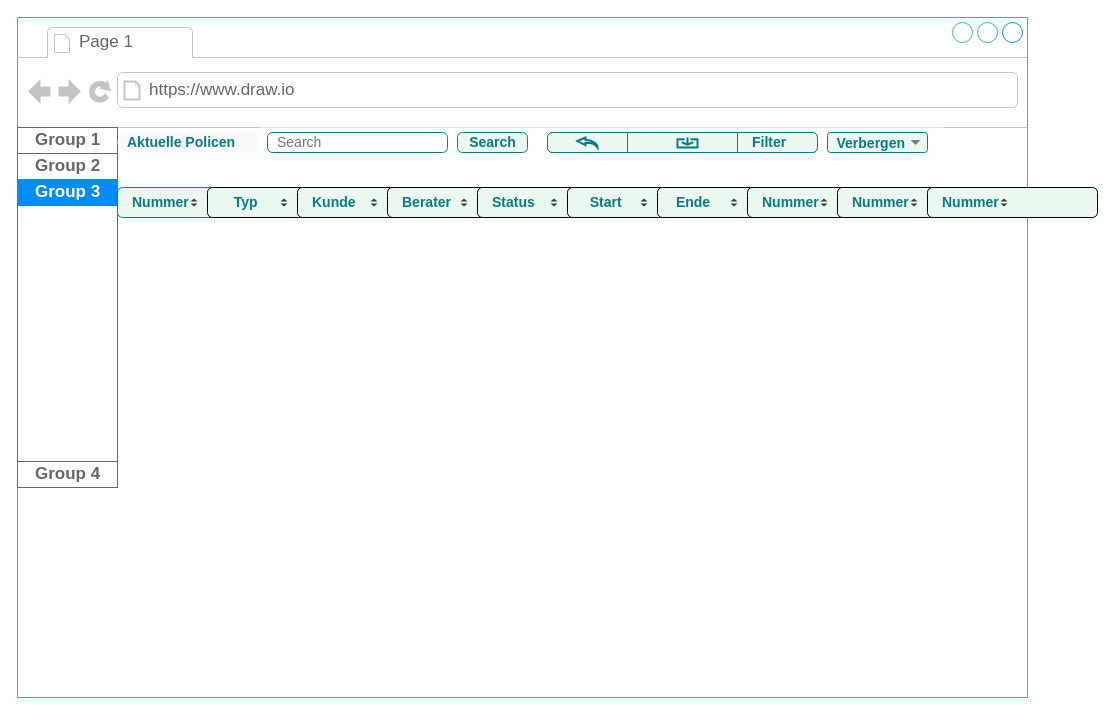
The draw.io diagram Untitled Diagram.drawio in Alina38400/BalticStrap, before the edit. Source tidied: cells renumbered, new cells numbered last; positions are measured from the earlier drawing's top-left corner, leaving out a move shared by most shapes. Both pictures are drawn from the tidied source at 100%, with x=0, y=0 at pixel (17, 17).
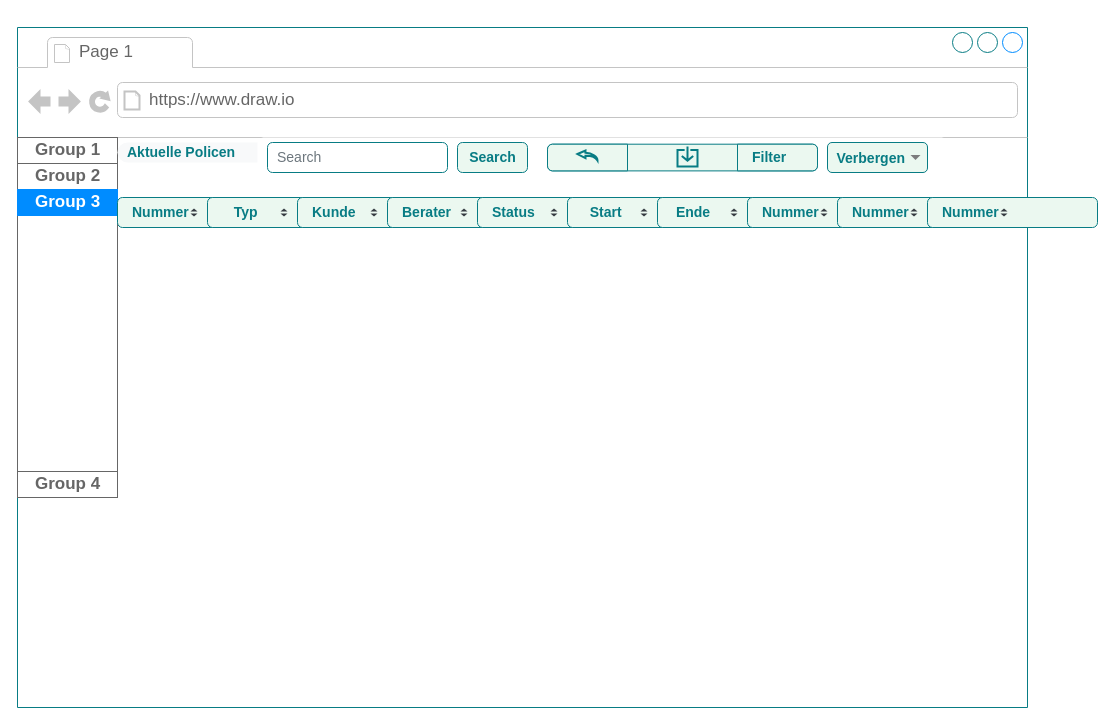
The same page after the edit.

Change to the diagram source:
```diff
@@
-    <mxCell id="2" style="strokeWidth=1;shadow=0;dashed=0;align=center;html=1;shape=mxgraph.mockup.containers.browserWindow;rSize=0;strokeColor2=#008cff;strokeColor3=#c4c4c4;mainText=,;strokeColor=#3DB1A6;" parent="1" vertex="1">
-      <mxGeometry width="1010" height="680" as="geometry" />
+    <mxCell id="2" style="strokeWidth=1;shadow=0;dashed=0;align=center;html=1;shape=mxgraph.mockup.containers.browserWindow;rSize=0;strokeColor2=#008cff;strokeColor3=#c4c4c4;mainText=,;strokeColor=#087C84;" parent="1" vertex="1">
+      <mxGeometry y="10" width="1010" height="680" as="geometry" />
     </mxCell>
@@
     <mxCell id="14" style="html=1;shadow=0;dashed=0;strokeColor=none;fontSize=16;fontColor=#181819;align=left;spacing=15;rounded=1;fillColor=#FFFFFF;" parent="2" vertex="1">
-      <mxGeometry x="240" y="110" width="690" height="30" as="geometry" />
+      <mxGeometry x="240" y="110" width="690" height="40" as="geometry" />
     </mxCell>
     <mxCell id="15" value="&lt;b&gt;&lt;span style=&quot;background-color: rgb(235 , 248 , 240)&quot;&gt;&lt;font color=&quot;#087C84&quot;&gt;Search&lt;/font&gt;&lt;/span&gt;&lt;/b&gt;" style="html=1;shadow=0;dashed=0;shape=mxgraph.bootstrap.rrect;rSize=5;fontSize=14;fontColor=#33A64C;strokeColor=#087C84;fillColor=#EBF8F0;" parent="14" vertex="1">
-      <mxGeometry x="1" width="70" height="20" relative="1" as="geometry">
+      <mxGeometry x="1" width="70" height="30" relative="1" as="geometry">
         <mxPoint x="-490" y="5" as="offset" />
       </mxGeometry>
     </mxCell>
     <mxCell id="16" style="html=1;shadow=0;dashed=0;shape=mxgraph.bootstrap.rrect;rSize=5;html=1;whiteSpace=wrap;fontColor=#7D868C;align=left;spacing=15;spacingLeft=80;fontSize=14;rounded=1;strokeColor=#087C84;fillColor=#EBF8F0;" parent="14" vertex="1">
-      <mxGeometry x="290" y="5" width="270" height="20" as="geometry" />
+      <mxGeometry x="290" y="6.7" width="270" height="26.7" as="geometry" />
     </mxCell>
     <mxCell id="17" style="html=1;shadow=0;dashed=0;shape=mxgraph.bootstrap.leftButton;gradientColor=inherit;fontColor=inherit;rSize=5;perimeter=none;whiteSpace=wrap;fontSize=14;align=left;spacing=15;fillColor=#EBF8F0;strokeColor=#087C84;" parent="16" vertex="1">
-      <mxGeometry width="80" height="20" relative="1" as="geometry" />
+      <mxGeometry width="80" height="26.67" relative="1" as="geometry" />
     </mxCell>
     <mxCell id="18" value="&lt;font color=&quot;#087C84&quot;&gt;&lt;b&gt;Filter&lt;/b&gt;&lt;/font&gt;" style="html=1;shadow=0;dashed=0;shape=mxgraph.bootstrap.rightButton;gradientColor=inherit;fontColor=inherit;rSize=5;perimeter=none;whiteSpace=wrap;fontSize=14;align=left;spacing=15;fillColor=#EBF8F0;strokeColor=#087C84;" parent="16" vertex="1">
-      <mxGeometry x="1" width="80" height="20" relative="1" as="geometry">
+      <mxGeometry x="1" width="80" height="26.67" relative="1" as="geometry">
         <mxPoint x="-80" as="offset" />
       </mxGeometry>
     </mxCell>
     <mxCell id="19" value="Search" style="html=1;shadow=0;dashed=0;shape=mxgraph.bootstrap.rrect;rSize=5;fontSize=14;fontColor=#6C767D;fillColor=#ffffff;align=left;spacing=10;strokeColor=#087C84;" parent="14" vertex="1">
-      <mxGeometry x="1" width="180" height="20" relative="1" as="geometry">
+      <mxGeometry x="1" width="180" height="30" relative="1" as="geometry">
         <mxPoint x="-680" y="5" as="offset" />
       </mxGeometry>
     </mxCell>
     <mxCell id="20" value="Verbergen" style="fontSize=14;align=right;spacingRight=20;strokeColor=#087C84;fontStyle=1;rounded=1;fillColor=#EBF8F0;fontColor=#087C84;" parent="2" vertex="1">
-      <mxGeometry width="100" height="20" relative="1" as="geometry">
+      <mxGeometry width="100" height="30" relative="1" as="geometry">
         <mxPoint x="810" y="115" as="offset" />
       </mxGeometry>
     </mxCell>
@@
     <mxCell id="22" style="html=1;verticalLabelPosition=bottom;align=center;labelBackgroundColor=#ffffff;verticalAlign=top;strokeWidth=2;shadow=0;dashed=0;shape=mxgraph.ios7.icons.back;rounded=1;fontSize=16;fontColor=#181819;fillColor=#EBF8F0;strokeColor=#087C84;" parent="2" vertex="1">
-      <mxGeometry x="560" y="120" width="20" height="10" as="geometry" />
+      <mxGeometry x="560" y="123" width="20" height="10" as="geometry" />
     </mxCell>
-    <mxCell id="23" value="&lt;font color=&quot;#087C84&quot;&gt;&lt;b&gt;&amp;nbsp;&amp;nbsp; Typ&lt;/b&gt;&lt;/font&gt;" style="html=1;shadow=0;dashed=0;shape=mxgraph.bootstrap.rrect;rSize=5;html=1;whiteSpace=wrap;fontColor=#7D868C;align=left;spacing=15;fontSize=14;fillColor=#EBF8F0;" parent="2" vertex="1">
+    <mxCell id="23" value="&lt;font color=&quot;#087C84&quot;&gt;&lt;b&gt;&amp;nbsp;&amp;nbsp; Typ&lt;/b&gt;&lt;/font&gt;" style="html=1;shadow=0;dashed=0;shape=mxgraph.bootstrap.rrect;rSize=5;html=1;whiteSpace=wrap;fontColor=#7D868C;align=left;spacing=15;fontSize=14;fillColor=#EBF8F0;strokeColor=#087C84;" parent="2" vertex="1">
       <mxGeometry x="190" y="170" width="170" height="30" as="geometry" />
     </mxCell>
@@
-    <mxCell id="26" value="&lt;font color=&quot;#087C84&quot;&gt;&lt;b&gt;Kunde&lt;/b&gt;&lt;/font&gt;" style="html=1;shadow=0;dashed=0;shape=mxgraph.bootstrap.rrect;rSize=5;html=1;whiteSpace=wrap;fontColor=#7D868C;align=left;spacing=15;fontSize=14;fillColor=#EBF8F0;" parent="2" vertex="1">
+    <mxCell id="26" value="&lt;font color=&quot;#087C84&quot;&gt;&lt;b&gt;Kunde&lt;/b&gt;&lt;/font&gt;" style="html=1;shadow=0;dashed=0;shape=mxgraph.bootstrap.rrect;rSize=5;html=1;whiteSpace=wrap;fontColor=#7D868C;align=left;spacing=15;fontSize=14;fillColor=#EBF8F0;strokeColor=#087C84;" parent="2" vertex="1">
       <mxGeometry x="280" y="170" width="170" height="30" as="geometry" />
     </mxCell>
@@
-    <mxCell id="29" value="&lt;font color=&quot;#087C84&quot;&gt;&lt;b&gt;Berater&lt;/b&gt;&lt;/font&gt;" style="html=1;shadow=0;dashed=0;shape=mxgraph.bootstrap.rrect;rSize=5;html=1;whiteSpace=wrap;fontColor=#7D868C;align=left;spacing=15;fontSize=14;fillColor=#EBF8F0;" parent="2" vertex="1">
+    <mxCell id="29" value="&lt;font color=&quot;#087C84&quot;&gt;&lt;b&gt;Berater&lt;/b&gt;&lt;/font&gt;" style="html=1;shadow=0;dashed=0;shape=mxgraph.bootstrap.rrect;rSize=5;html=1;whiteSpace=wrap;fontColor=#7D868C;align=left;spacing=15;fontSize=14;fillColor=#EBF8F0;strokeColor=#087C84;" parent="2" vertex="1">
       <mxGeometry x="370" y="170" width="170" height="30" as="geometry" />
     </mxCell>
@@
-    <mxCell id="32" value="&lt;font color=&quot;#087C84&quot;&gt;&lt;b&gt;Status&lt;/b&gt;&lt;/font&gt;" style="html=1;shadow=0;dashed=0;shape=mxgraph.bootstrap.rrect;rSize=5;html=1;whiteSpace=wrap;fontColor=#7D868C;align=left;spacing=15;fontSize=14;fillColor=#EBF8F0;" parent="2" vertex="1">
+    <mxCell id="32" value="&lt;font color=&quot;#087C84&quot;&gt;&lt;b&gt;Status&lt;/b&gt;&lt;/font&gt;" style="html=1;shadow=0;dashed=0;shape=mxgraph.bootstrap.rrect;rSize=5;html=1;whiteSpace=wrap;fontColor=#7D868C;align=left;spacing=15;fontSize=14;fillColor=#EBF8F0;strokeColor=#087C84;" parent="2" vertex="1">
       <mxGeometry x="460" y="170" width="170" height="30" as="geometry" />
     </mxCell>
@@
-    <mxCell id="35" value="&lt;font color=&quot;#087C84&quot;&gt;&lt;b&gt;&amp;nbsp; Start&lt;/b&gt;&lt;/font&gt;" style="html=1;shadow=0;dashed=0;shape=mxgraph.bootstrap.rrect;rSize=5;html=1;whiteSpace=wrap;fontColor=#7D868C;align=left;spacing=15;fontSize=14;fillColor=#EBF8F0;" parent="2" vertex="1">
+    <mxCell id="35" value="&lt;font color=&quot;#087C84&quot;&gt;&lt;b&gt;&amp;nbsp; Start&lt;/b&gt;&lt;/font&gt;" style="html=1;shadow=0;dashed=0;shape=mxgraph.bootstrap.rrect;rSize=5;html=1;whiteSpace=wrap;fontColor=#7D868C;align=left;spacing=15;fontSize=14;fillColor=#EBF8F0;strokeColor=#087C84;" parent="2" vertex="1">
       <mxGeometry x="550" y="170" width="170" height="30" as="geometry" />
     </mxCell>
@@
-    <mxCell id="38" value="&lt;font color=&quot;#087C84&quot;&gt;&lt;b&gt;&amp;nbsp;Ende&lt;/b&gt;&lt;/font&gt;" style="html=1;shadow=0;dashed=0;shape=mxgraph.bootstrap.rrect;rSize=5;html=1;whiteSpace=wrap;fontColor=#7D868C;align=left;spacing=15;fontSize=14;fillColor=#EBF8F0;" parent="2" vertex="1">
+    <mxCell id="38" value="&lt;font color=&quot;#087C84&quot;&gt;&lt;b&gt;&amp;nbsp;Ende&lt;/b&gt;&lt;/font&gt;" style="html=1;shadow=0;dashed=0;shape=mxgraph.bootstrap.rrect;rSize=5;html=1;whiteSpace=wrap;fontColor=#7D868C;align=left;spacing=15;fontSize=14;fillColor=#EBF8F0;strokeColor=#087C84;" parent="2" vertex="1">
       <mxGeometry x="640" y="170" width="170" height="30" as="geometry" />
     </mxCell>
@@
-    <mxCell id="41" value="&lt;b&gt;&lt;font color=&quot;#087C84&quot;&gt;Nummer &lt;/font&gt;&lt;/b&gt;" style="html=1;shadow=0;dashed=0;shape=mxgraph.bootstrap.rrect;rSize=5;html=1;whiteSpace=wrap;fontColor=#7D868C;align=left;spacing=15;fontSize=14;fillColor=#EBF8F0;" parent="2" vertex="1">
+    <mxCell id="41" value="&lt;b&gt;&lt;font color=&quot;#087C84&quot;&gt;Nummer &lt;/font&gt;&lt;/b&gt;" style="html=1;shadow=0;dashed=0;shape=mxgraph.bootstrap.rrect;rSize=5;html=1;whiteSpace=wrap;fontColor=#7D868C;align=left;spacing=15;fontSize=14;fillColor=#EBF8F0;strokeColor=#087C84;" parent="2" vertex="1">
       <mxGeometry x="730" y="170" width="170" height="30" as="geometry" />
     </mxCell>
@@
-    <mxCell id="44" value="&lt;b&gt;&lt;font color=&quot;#087C84&quot;&gt;Nummer &lt;/font&gt;&lt;/b&gt;" style="html=1;shadow=0;dashed=0;shape=mxgraph.bootstrap.rrect;rSize=5;html=1;whiteSpace=wrap;fontColor=#7D868C;align=left;spacing=15;fontSize=14;fillColor=#EBF8F0;" parent="2" vertex="1">
+    <mxCell id="44" value="&lt;b&gt;&lt;font color=&quot;#087C84&quot;&gt;Nummer &lt;/font&gt;&lt;/b&gt;" style="html=1;shadow=0;dashed=0;shape=mxgraph.bootstrap.rrect;rSize=5;html=1;whiteSpace=wrap;fontColor=#7D868C;align=left;spacing=15;fontSize=14;fillColor=#EBF8F0;strokeColor=#087C84;" parent="2" vertex="1">
       <mxGeometry x="820" y="170" width="170" height="30" as="geometry" />
     </mxCell>
@@
-    <mxCell id="47" value="&lt;b&gt;&lt;font color=&quot;#087C84&quot;&gt;Nummer &lt;/font&gt;&lt;/b&gt;" style="html=1;shadow=0;dashed=0;shape=mxgraph.bootstrap.rrect;rSize=5;html=1;whiteSpace=wrap;fontColor=#7D868C;align=left;spacing=15;fontSize=14;fillColor=#EBF8F0;" parent="2" vertex="1">
+    <mxCell id="47" value="&lt;b&gt;&lt;font color=&quot;#087C84&quot;&gt;Nummer &lt;/font&gt;&lt;/b&gt;" style="html=1;shadow=0;dashed=0;shape=mxgraph.bootstrap.rrect;rSize=5;html=1;whiteSpace=wrap;fontColor=#7D868C;align=left;spacing=15;fontSize=14;fillColor=#EBF8F0;strokeColor=#087C84;" parent="2" vertex="1">
       <mxGeometry x="910" y="170" width="170" height="30" as="geometry" />
     </mxCell>
@@
     <mxCell id="50" style="html=1;verticalLabelPosition=bottom;align=center;labelBackgroundColor=#ffffff;verticalAlign=top;strokeWidth=2;shadow=0;dashed=0;shape=mxgraph.ios7.icons.down;rounded=1;fontSize=16;fontColor=#181819;fillColor=#EBF8F0;strokeColor=#087C84;" parent="1" vertex="1">
-      <mxGeometry x="660" y="120" width="20" height="10" as="geometry" />
+      <mxGeometry x="660" y="129" width="20" height="20" as="geometry" />
     </mxCell>
```
